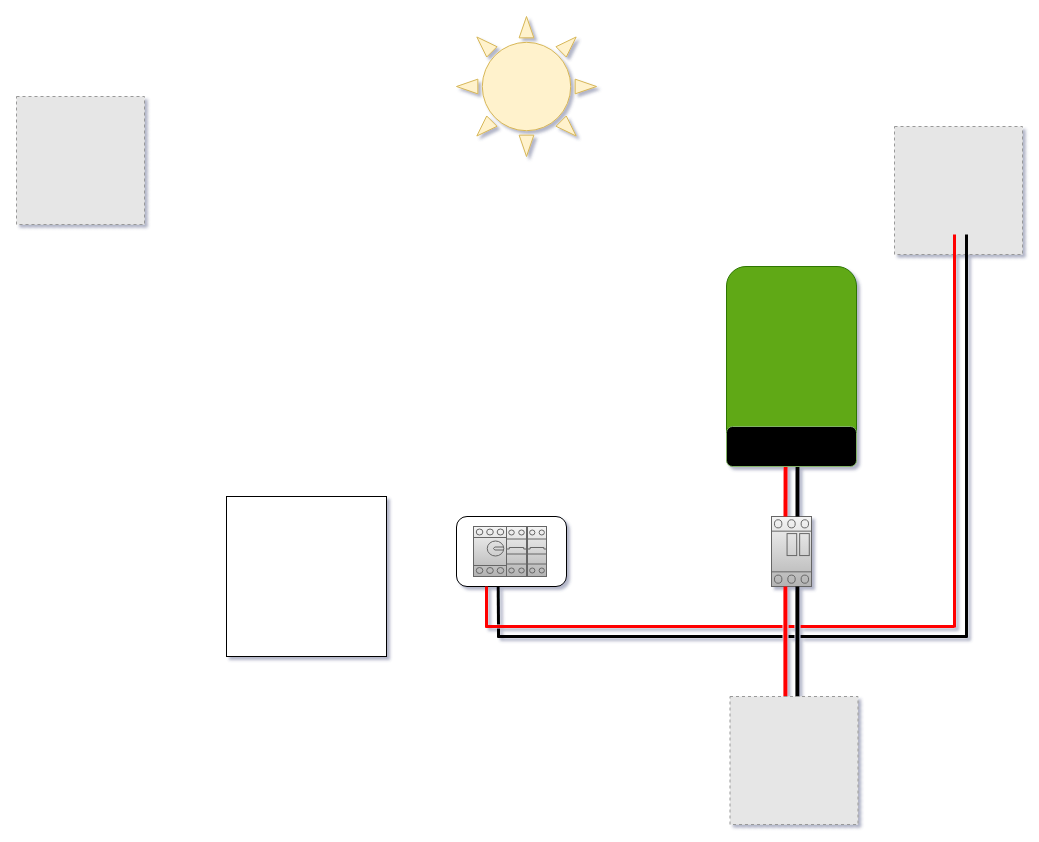
zhero15/Sample-Json keeps this draw.io diagram as Offgrid Solar.drawio. Above is the earlier version. Source tidied: cells renumbered, new cells numbered last; positions are measured from the earlier drawing's top-left corner, leaving out a move shared by most shapes. Both pictures are drawn from the tidied source at 100%, with x=0, y=0 at pixel (16, 16). Pictures stored in the file or linked from it are replaced by grey dashed boxes.
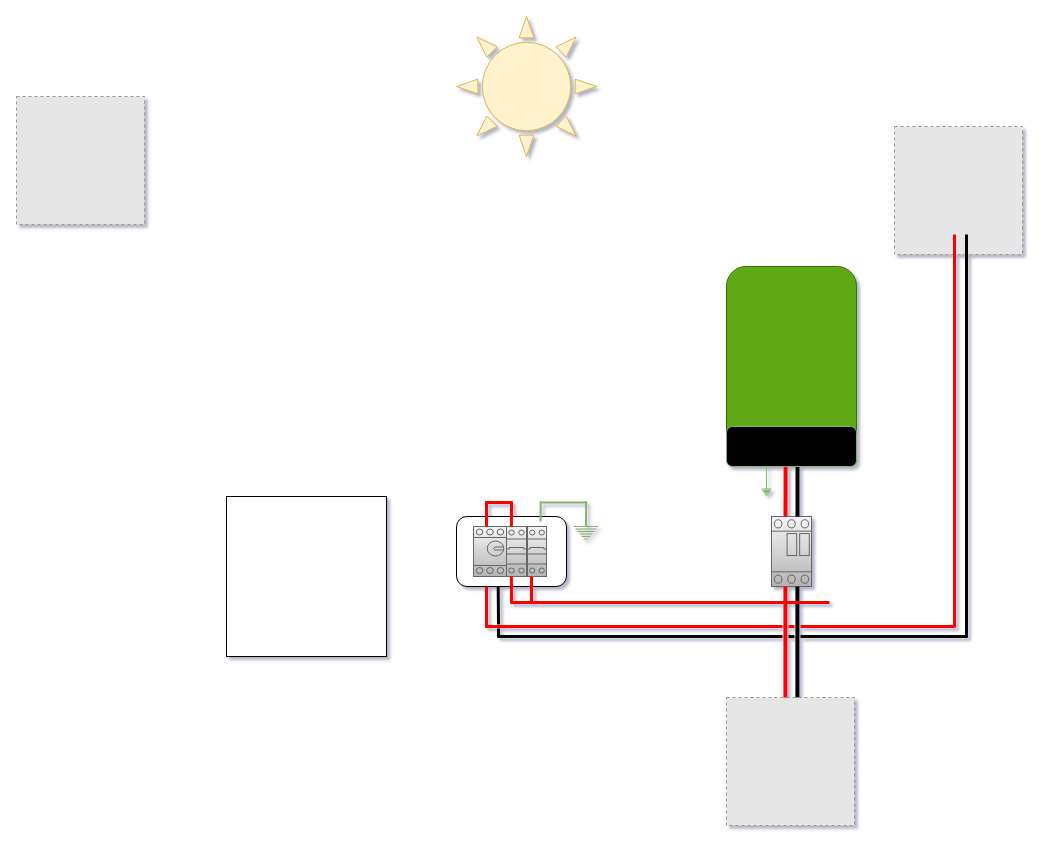
The same diagram, later.

The change refers to these unchanged cells:
```xml
<mxCell id="5" style="group;" parent="1" vertex="1">
  <mxGeometry x="440" y="500" width="110" height="70" as="geometry" />
</mxCell>
```

Change to the diagram source:
```diff
@@
+    <mxCell id="31" style="endArrow=none;html=1;rounded=0;strokeWidth=3;strokeColor=#FF0000;" parent="5" edge="1">
+      <mxGeometry relative="1" as="geometry">
+        <mxPoint x="55" y="-15" as="sourcePoint" />
+        <mxPoint x="54.9" y="10" as="targetPoint" />
+      </mxGeometry>
+    </mxCell>
+    <mxCell id="32" style="endArrow=none;html=1;rounded=0;strokeWidth=3;strokeColor=#FF0000;" parent="5" edge="1">
+      <mxGeometry relative="1" as="geometry">
+        <mxPoint x="30" y="-15" as="sourcePoint" />
+        <mxPoint x="30" y="10" as="targetPoint" />
+      </mxGeometry>
+    </mxCell>
+    <mxCell id="33" style="endArrow=none;html=1;rounded=0;strokeWidth=2;strokeColor=#82b366;fillColor=#d5e8d4;gradientColor=#97d077;" parent="5" edge="1">
+      <mxGeometry relative="1" as="geometry">
+        <mxPoint x="84" y="5" as="sourcePoint" />
+        <mxPoint x="84.2" y="-15" as="targetPoint" />
+      </mxGeometry>
+    </mxCell>
@@
     <mxCell id="25" style="fillColor=#E6E6E6;strokeColor=#999999;dashed=1;html=1;verticalAlign=top;verticalLabelPosition=bottom;labelBackgroundColor=#ffffff;" parent="1" vertex="1">
-      <mxGeometry x="713.5" y="680" width="128" height="128" as="geometry" />
+      <mxGeometry x="710" y="681" width="128" height="128" as="geometry" />
     </mxCell>
@@
+    <mxCell id="34" style="endArrow=none;html=1;rounded=0;strokeWidth=3;strokeColor=#FF0000;" parent="1" edge="1">
+      <mxGeometry relative="1" as="geometry">
+        <mxPoint x="494.9" y="560" as="sourcePoint" />
+        <mxPoint x="495" y="587" as="targetPoint" />
+      </mxGeometry>
+    </mxCell>
+    <mxCell id="35" style="endArrow=none;html=1;rounded=0;strokeWidth=3;strokeColor=#FF0000;" parent="1" edge="1">
+      <mxGeometry relative="1" as="geometry">
+        <mxPoint x="515" y="560" as="sourcePoint" />
+        <mxPoint x="515" y="586" as="targetPoint" />
+      </mxGeometry>
+    </mxCell>
+    <mxCell id="36" style="endArrow=none;html=1;rounded=0;strokeWidth=3;strokeColor=#FF0000;" parent="1" edge="1">
+      <mxGeometry relative="1" as="geometry">
+        <mxPoint x="496" y="486" as="sourcePoint" />
+        <mxPoint x="469" y="486" as="targetPoint" />
+      </mxGeometry>
+    </mxCell>
+    <mxCell id="37" style="endArrow=none;html=1;rounded=0;strokeWidth=3;strokeColor=#FF0000;" parent="1" edge="1">
+      <mxGeometry relative="1" as="geometry">
+        <mxPoint x="516" y="586" as="sourcePoint" />
+        <mxPoint x="494" y="586" as="targetPoint" />
+      </mxGeometry>
+    </mxCell>
+    <mxCell id="38" style="endArrow=none;html=1;rounded=0;strokeWidth=3;strokeColor=#FF0000;" parent="1" edge="1">
+      <mxGeometry relative="1" as="geometry">
+        <mxPoint x="514" y="586" as="sourcePoint" />
+        <mxPoint x="813" y="586" as="targetPoint" />
+      </mxGeometry>
+    </mxCell>
+    <mxCell id="39" style="verticalLabelPosition=bottom;shadow=0;dashed=0;align=center;html=1;verticalAlign=top;shape=mxgraph.electrical.signal_sources.protective_earth;fillColor=#d5e8d4;gradientColor=#97d077;strokeColor=#82b366;" parent="1" vertex="1">
+      <mxGeometry x="557" y="505" width="25" height="20" as="geometry" />
+    </mxCell>
+    <mxCell id="40" style="endArrow=none;html=1;rounded=0;strokeWidth=2;strokeColor=#82b366;fillColor=#d5e8d4;gradientColor=#97d077;" parent="1" edge="1">
+      <mxGeometry relative="1" as="geometry">
+        <mxPoint x="570" y="486" as="sourcePoint" />
+        <mxPoint x="524" y="486" as="targetPoint" />
+      </mxGeometry>
+    </mxCell>
+    <mxCell id="41" style="endArrow=none;html=1;rounded=0;strokeWidth=2;strokeColor=#82b366;fillColor=#d5e8d4;gradientColor=#97d077;exitX=0.503;exitY=0.255;exitDx=0;exitDy=0;exitPerimeter=0;" parent="1" edge="1" source="39">
+      <mxGeometry relative="1" as="geometry">
+        <mxPoint x="569.6" y="485" as="targetPoint" />
+      </mxGeometry>
+    </mxCell>
+    <mxCell id="42" style="verticalLabelPosition=bottom;shadow=0;dashed=0;align=center;html=1;verticalAlign=top;shape=mxgraph.electrical.signal_sources.protective_earth;fillColor=#d5e8d4;gradientColor=#97d077;strokeColor=#82b366;" parent="1" vertex="1">
+      <mxGeometry x="745" y="470" width="10" height="10" as="geometry" />
+    </mxCell>
+    <mxCell id="43" style="endArrow=none;html=1;rounded=0;strokeWidth=1;strokeColor=#82b366;fillColor=#d5e8d4;gradientColor=#97d077;" parent="1" edge="1">
+      <mxGeometry relative="1" as="geometry">
+        <mxPoint x="750" y="470" as="sourcePoint" />
+        <mxPoint x="749.8" y="450" as="targetPoint" />
+      </mxGeometry>
+    </mxCell>
```
